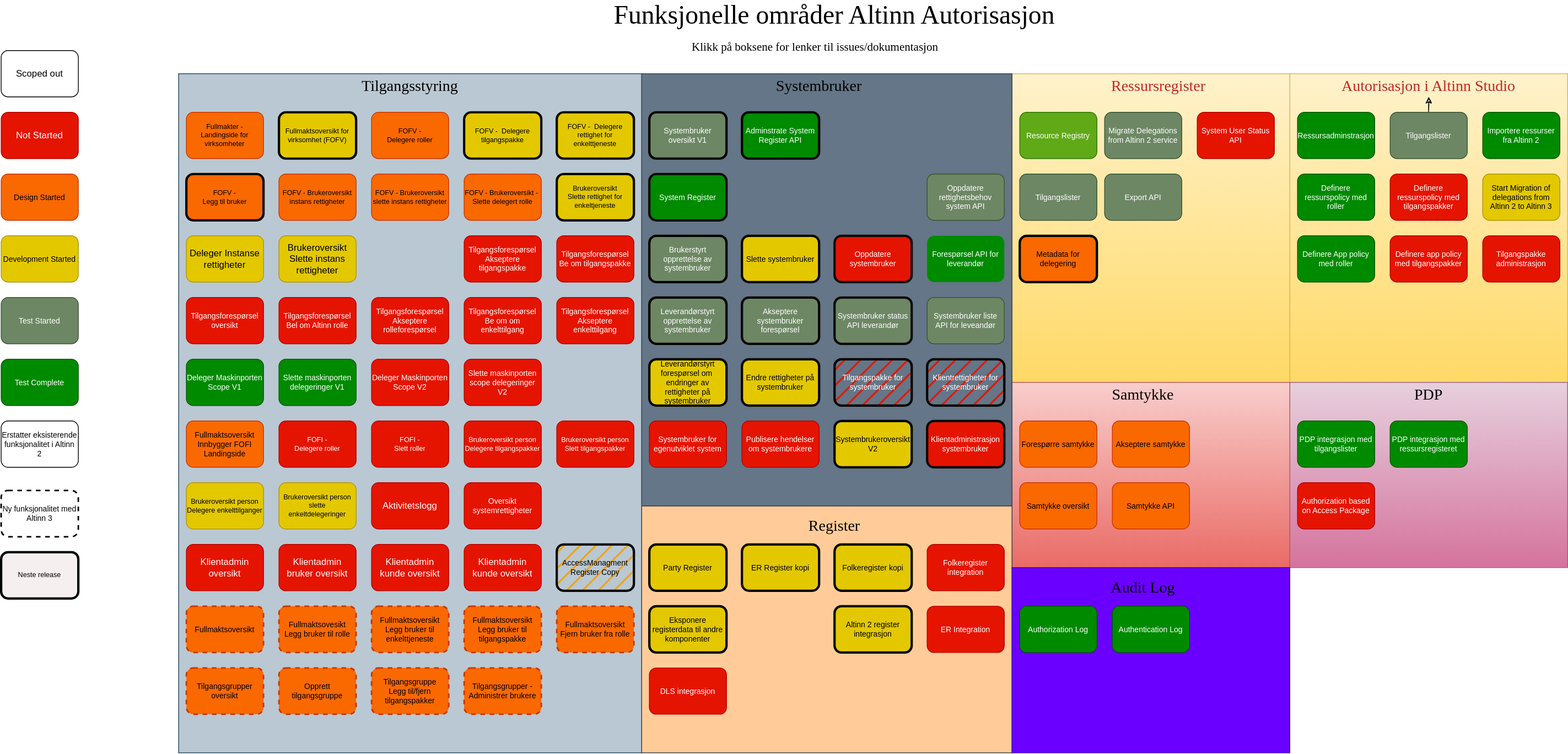
The draw.io diagram content/authorization/what-do-you-get/functionalareas.drawio.svg in Altinn/altinn-studio-docs, before a commit. Source tidied: cells renumbered, new cells last; positions are measured from the earlier drawing's top-left corner, leaving out a move shared by most shapes.
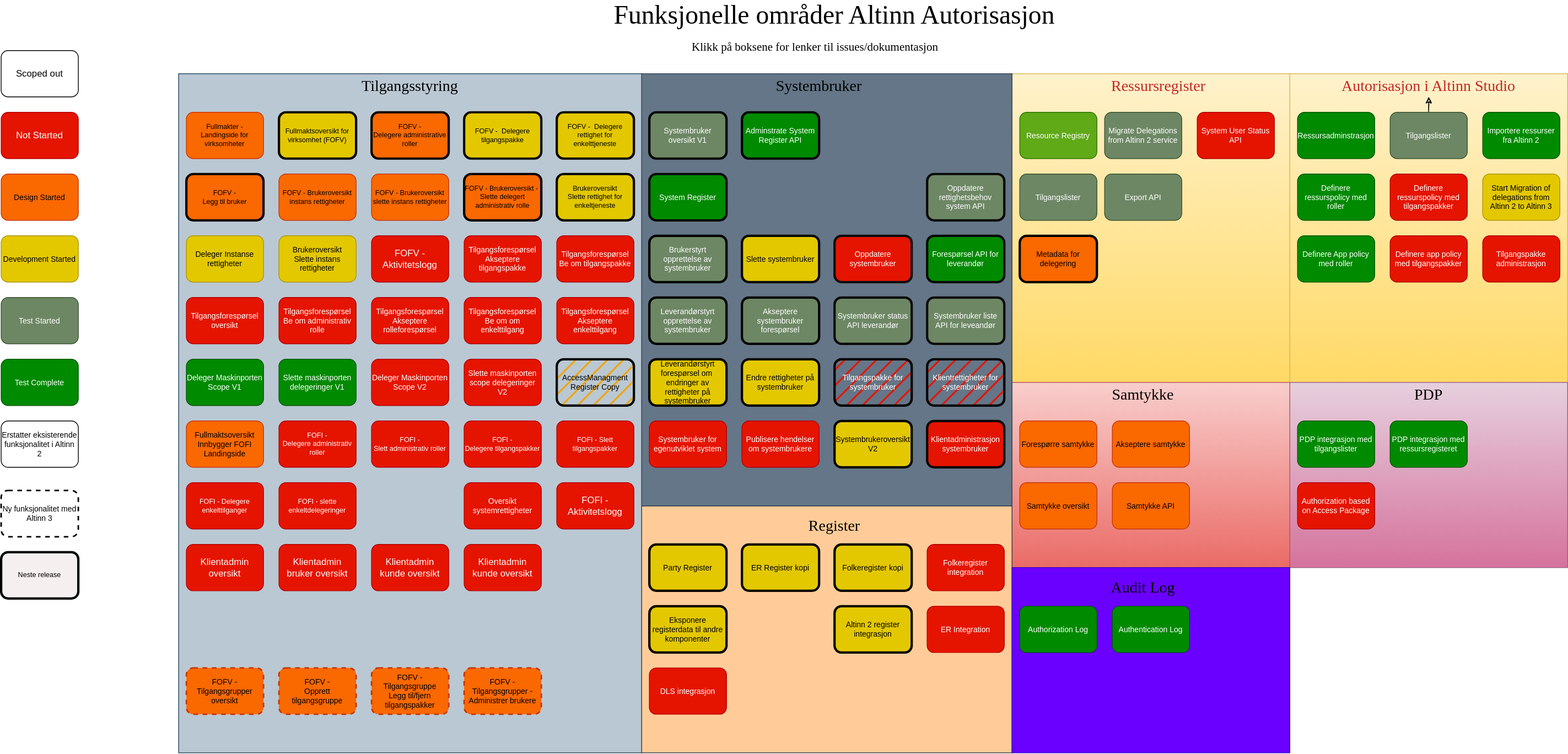
Above is the later version.

The edit, as a diff of the source:
```diff
@@ -26,37 +26,28 @@
     <mxCell id="9" value="Fullmaktsoversikt for virksomhet (FOFV)" style="rounded=1;whiteSpace=wrap;html=1;fontSize=9;fillColor=#e3c800;fontColor=#000000;strokeColor=#000000;strokeWidth=3;" parent="1" vertex="1">
       <mxGeometry x="360" y="140" width="100" height="60" as="geometry" />
     </mxCell>
-    <mxCell id="10" value="Fullmaktsoversikt&lt;br&gt;Legg bruker til tilgangspakke" style="rounded=1;whiteSpace=wrap;html=1;fontSize=10;fillColor=#fa6800;fontColor=#000000;strokeColor=#C73500;dashed=1;strokeWidth=2;" parent="1" vertex="1">
-      <mxGeometry x="600" y="780" width="100" height="60" as="geometry" />
-    </mxCell>
     <mxCell id="11" value="FOFV -&amp;nbsp;&lt;br style=&quot;font-size: 9px;&quot;&gt;Legg til bruker" style="rounded=1;whiteSpace=wrap;html=1;fontSize=9;fillColor=#fa6800;fontColor=#000000;strokeColor=#050505;strokeWidth=3;" parent="1" vertex="1">
       <mxGeometry x="240" y="220" width="100" height="60" as="geometry" />
     </mxCell>
-    <mxCell id="12" value="Fullmaktsovesikt&amp;nbsp;&lt;br&gt;Legg bruker til rolle" style="rounded=1;whiteSpace=wrap;html=1;fontSize=10;fillColor=#fa6800;fontColor=#000000;strokeColor=#C73500;strokeWidth=2;dashed=1;" parent="1" vertex="1">
-      <mxGeometry x="360" y="780" width="100" height="60" as="geometry" />
-    </mxCell>
     <mxCell id="13" value="Brukeroversikt&lt;br style=&quot;font-size: 9px;&quot;&gt;Slette rettighet for enkeltjeneste" style="rounded=1;whiteSpace=wrap;html=1;fillColor=#e3c800;fontColor=#000000;strokeColor=#000000;fontSize=9;strokeWidth=3;" parent="1" vertex="1">
       <mxGeometry x="720" y="220" width="100" height="60" as="geometry" />
     </mxCell>
-    <mxCell id="14" value="Fullmaktsoversikt&lt;br&gt;Fjern bruker fra rolle" style="rounded=1;whiteSpace=wrap;html=1;fontSize=10;fillColor=#fa6800;fontColor=#000000;strokeColor=#C73500;dashed=1;strokeWidth=2;" parent="1" vertex="1">
-      <mxGeometry x="720" y="780" width="100" height="60" as="geometry" />
-    </mxCell>
     <mxCell id="15" value="Tilgangsforespørsel&lt;br&gt;Be om tilgangspakke" style="rounded=1;whiteSpace=wrap;html=1;fontSize=10;fillColor=#e51400;fontColor=#ffffff;strokeColor=#B20000;" parent="1" vertex="1">
       <mxGeometry x="720" y="300" width="100" height="60" as="geometry" />
     </mxCell>
     <mxCell id="16" value="Tilgangsforespørsel&lt;br&gt;Akseptere tilgangspakke" style="rounded=1;whiteSpace=wrap;html=1;fontSize=10;fillColor=#e51400;fontColor=#ffffff;strokeColor=#B20000;" parent="1" vertex="1">
       <mxGeometry x="600" y="300" width="100" height="60" as="geometry" />
     </mxCell>
-    <mxCell id="17" value="Tilgangsforespørsel&amp;nbsp;&lt;br&gt;Bel om Altinn rolle" style="rounded=1;whiteSpace=wrap;html=1;fontSize=10;fillColor=#e51400;fontColor=#ffffff;strokeColor=#B20000;" parent="1" vertex="1">
+    <mxCell id="17" value="Tilgangsforespørsel&amp;nbsp;&lt;br&gt;Be om administrativ rolle" style="rounded=1;whiteSpace=wrap;html=1;fontSize=10;fillColor=#e51400;fontColor=#ffffff;strokeColor=#B20000;" parent="1" vertex="1">
       <mxGeometry x="360" y="380" width="100" height="60" as="geometry" />
     </mxCell>
     <mxCell id="18" value="Tilgangsforespørsel&lt;br&gt;Akseptere rolleforespørsel" style="rounded=1;whiteSpace=wrap;html=1;fontSize=10;fillColor=#e51400;fontColor=#ffffff;strokeColor=#B20000;" parent="1" vertex="1">
       <mxGeometry x="480" y="380" width="100" height="60" as="geometry" />
     </mxCell>
-    <mxCell id="19" value="Deleger Instanse rettigheter" style="rounded=1;whiteSpace=wrap;html=1;fillColor=#e3c800;fontColor=#000000;strokeColor=#B09500;" parent="1" vertex="1">
+    <mxCell id="19" value="Deleger Instanse rettigheter" style="rounded=1;whiteSpace=wrap;html=1;fillColor=#e3c800;fontColor=#000000;strokeColor=#B09500;fontSize=10;" parent="1" vertex="1">
       <mxGeometry x="240" y="300" width="100" height="60" as="geometry" />
     </mxCell>
-    <mxCell id="20" value="Brukeroversikt&lt;br&gt;Slette instans rettigheter" style="rounded=1;whiteSpace=wrap;html=1;fillColor=#e3c800;fontColor=#000000;strokeColor=#B09500;" parent="1" vertex="1">
+    <mxCell id="20" value="Brukeroversikt&lt;br style=&quot;font-size: 10px;&quot;&gt;Slette instans rettigheter" style="rounded=1;whiteSpace=wrap;html=1;fillColor=#e3c800;fontColor=#000000;strokeColor=#B09500;fontSize=10;" parent="1" vertex="1">
       <mxGeometry x="360" y="300" width="100" height="60" as="geometry" />
     </mxCell>
     <mxCell id="21" value="FOFV - Brukeroversikt instans rettigheter" style="rounded=1;whiteSpace=wrap;html=1;fontSize=9;fillColor=#fa6800;fontColor=#000000;strokeColor=#C73500;" parent="1" vertex="1">
@@ -132,7 +123,7 @@
       <mxGeometry x="1440" y="620" width="100" height="60" as="geometry" />
     </mxCell>
     <mxCell id="45" value="AccessManagment Register Copy" style="rounded=1;whiteSpace=wrap;html=1;fontSize=10;fillColor=#f0a30a;fontColor=#000000;strokeColor=#050505;strokeWidth=3;fillStyle=hatch;" parent="1" vertex="1">
-      <mxGeometry x="720" y="700" width="100" height="60" as="geometry" />
+      <mxGeometry x="720" y="460" width="100" height="60" as="geometry" />
     </mxCell>
     <mxCell id="46" value="Altinn 2 register integrasjon" style="rounded=1;whiteSpace=wrap;html=1;fontSize=10;fillColor=#e3c800;fontColor=#000000;strokeColor=#050505;strokeWidth=3;" parent="1" vertex="1">
       <mxGeometry x="1080" y="780" width="100" height="60" as="geometry" />
@@ -176,9 +167,6 @@
     <mxCell id="59" value="Deleger Maskinporten Scope V1" style="rounded=1;whiteSpace=wrap;html=1;fontSize=10;fillColor=#008a00;fontColor=#ffffff;strokeColor=#005700;" parent="1" vertex="1">
       <mxGeometry x="240" y="460" width="100" height="60" as="geometry" />
     </mxCell>
-    <mxCell id="60" value="Fullmaktsoversikt&lt;br&gt;Legg bruker til enkelttjeneste" style="rounded=1;whiteSpace=wrap;html=1;fontSize=10;fillColor=#fa6800;fontColor=#000000;strokeColor=#C73500;dashed=1;strokeWidth=2;" parent="1" vertex="1">
-      <mxGeometry x="480" y="780" width="100" height="60" as="geometry" />
-    </mxCell>
     <mxCell id="61" value="Slette maskinporten delegeringer V1" style="rounded=1;whiteSpace=wrap;html=1;fontSize=10;fillColor=#008a00;fontColor=#ffffff;strokeColor=#005700;" parent="1" vertex="1">
       <mxGeometry x="360" y="460" width="100" height="60" as="geometry" />
     </mxCell>
@@ -188,13 +176,13 @@
     <mxCell id="63" value="Fullmaktsoversikt Innbygger FOFI&lt;br&gt;Landingside" style="rounded=1;whiteSpace=wrap;html=1;fontSize=10;fillColor=#fa6800;fontColor=#000000;strokeColor=#C73500;" parent="1" vertex="1">
       <mxGeometry x="240" y="540" width="100" height="60" as="geometry" />
     </mxCell>
-    <mxCell id="64" value="Tilgangsgrupper oversikt" style="rounded=1;whiteSpace=wrap;html=1;fillColor=#fa6800;fontColor=#000000;strokeColor=#C73500;dashed=1;strokeWidth=2;fontSize=10;" parent="1" vertex="1">
+    <mxCell id="64" value="FOFV - Tilgangsgrupper oversikt" style="rounded=1;whiteSpace=wrap;html=1;fillColor=#fa6800;fontColor=#000000;strokeColor=#C73500;dashed=1;strokeWidth=2;fontSize=10;" parent="1" vertex="1">
       <mxGeometry x="240" y="860" width="100" height="60" as="geometry" />
     </mxCell>
-    <mxCell id="65" value="Opprett tilgangsgruppe" style="rounded=1;whiteSpace=wrap;html=1;fillColor=#fa6800;fontColor=#000000;strokeColor=#C73500;dashed=1;strokeWidth=2;fontSize=10;" parent="1" vertex="1">
+    <mxCell id="65" value="FOFV - &lt;br&gt;Opprett tilgangsgruppe" style="rounded=1;whiteSpace=wrap;html=1;fillColor=#fa6800;fontColor=#000000;strokeColor=#C73500;dashed=1;strokeWidth=2;fontSize=10;" parent="1" vertex="1">
       <mxGeometry x="360" y="860" width="100" height="60" as="geometry" />
     </mxCell>
-    <mxCell id="66" value="Tilgangsgruppe&lt;br style=&quot;font-size: 10px;&quot;&gt;Legg til/fjern tilgangspakker" style="rounded=1;whiteSpace=wrap;html=1;fillColor=#fa6800;fontColor=#000000;strokeColor=#C73500;dashed=1;strokeWidth=2;fontSize=10;" parent="1" vertex="1">
+    <mxCell id="66" value="FOFV - Tilgangsgruppe&lt;br style=&quot;font-size: 10px;&quot;&gt;Legg til/fjern tilgangspakker" style="rounded=1;whiteSpace=wrap;html=1;fillColor=#fa6800;fontColor=#000000;strokeColor=#C73500;dashed=1;strokeWidth=2;fontSize=10;" parent="1" vertex="1">
       <mxGeometry x="480" y="860" width="100" height="60" as="geometry" />
     </mxCell>
     <mxCell id="67" value="Klientadmin oversikt" style="rounded=1;whiteSpace=wrap;html=1;fillColor=#e51400;fontColor=#ffffff;strokeColor=#B20000;" parent="1" vertex="1">
@@ -203,8 +191,8 @@
     <mxCell id="68" value="Klientadmin bruker oversikt" style="rounded=1;whiteSpace=wrap;html=1;fillColor=#e51400;fontColor=#ffffff;strokeColor=#B20000;" parent="1" vertex="1">
       <mxGeometry x="360" y="700" width="100" height="60" as="geometry" />
     </mxCell>
-    <mxCell id="69" value="Aktivitetslogg" style="rounded=1;whiteSpace=wrap;html=1;fillColor=#e51400;fontColor=#ffffff;strokeColor=#B20000;" parent="1" vertex="1">
-      <mxGeometry x="480" y="620" width="100" height="60" as="geometry" />
+    <mxCell id="69" value="FOFV - Aktivitetslogg" style="rounded=1;whiteSpace=wrap;html=1;fillColor=#e51400;fontColor=#ffffff;strokeColor=#B20000;" parent="1" vertex="1">
+      <mxGeometry x="480" y="300" width="100" height="60" as="geometry" />
     </mxCell>
     <mxCell id="70" value="Systembruker status API leverandør" style="rounded=1;whiteSpace=wrap;html=1;fontSize=10;fillColor=#6d8764;fontColor=#ffffff;strokeColor=#0a0a0a;strokeWidth=3;" parent="1" vertex="1">
       <mxGeometry x="1080" y="380" width="100" height="60" as="geometry" />
@@ -260,7 +248,7 @@
     <mxCell id="87" value="Start Migration of delegations from Altinn 2 to Altinn 3" style="rounded=1;whiteSpace=wrap;html=1;fontSize=10;fillColor=#e3c800;fontColor=#000000;strokeColor=#B09500;" parent="1" vertex="1">
       <mxGeometry x="1920" y="220" width="100" height="60" as="geometry" />
     </mxCell>
-    <mxCell id="88" value="Tilgangsgrupper - Administrer brukere" style="rounded=1;whiteSpace=wrap;html=1;fontSize=10;fillColor=#fa6800;fontColor=#000000;strokeColor=#C73500;strokeWidth=2;dashed=1;" parent="1" vertex="1">
+    <mxCell id="88" value="FOFV - Tilgangsgrupper - Administrer brukere" style="rounded=1;whiteSpace=wrap;html=1;fontSize=10;fillColor=#fa6800;fontColor=#000000;strokeColor=#C73500;strokeWidth=2;dashed=1;" parent="1" vertex="1">
       <mxGeometry x="600" y="860" width="100" height="60" as="geometry" />
     </mxCell>
     <mxCell id="89" value="Definere app policy med tilgangspakker" style="rounded=1;whiteSpace=wrap;html=1;fontSize=10;fillColor=#e51400;fontColor=#ffffff;strokeColor=#B20000;" parent="1" vertex="1">
@@ -278,13 +266,13 @@
     <mxCell id="93" value="Slette maskinporten scope delegeringer V2" style="rounded=1;whiteSpace=wrap;html=1;fontSize=10;fillColor=#e51400;fontColor=#ffffff;strokeColor=#B20000;" parent="1" vertex="1">
       <mxGeometry x="600" y="460" width="100" height="60" as="geometry" />
     </mxCell>
-    <mxCell id="94" value="Systembruker liste API for leveandør" style="rounded=1;whiteSpace=wrap;html=1;fontSize=10;fillColor=#6d8764;fontColor=#ffffff;strokeColor=#3A5431;" parent="1" vertex="1">
+    <mxCell id="94" value="Systembruker liste API for leveandør" style="rounded=1;whiteSpace=wrap;html=1;fontSize=10;fillColor=#6d8764;fontColor=#ffffff;strokeColor=#0d0d0d;strokeWidth=3;" parent="1" vertex="1">
       <mxGeometry x="1200" y="380" width="100" height="60" as="geometry" />
     </mxCell>
-    <mxCell id="95" value="Forespørsel API for leverandør" style="rounded=1;whiteSpace=wrap;html=1;fontSize=10;fillColor=#008a00;fontColor=#ffffff;strokeColor=none;" parent="1" vertex="1">
+    <mxCell id="95" value="Forespørsel API for leverandør" style="rounded=1;whiteSpace=wrap;html=1;fontSize=10;fillColor=#008a00;fontColor=#ffffff;strokeColor=#080808;strokeWidth=3;" parent="1" vertex="1">
       <mxGeometry x="1200" y="300" width="100" height="60" as="geometry" />
     </mxCell>
-    <mxCell id="96" value="Oppdatere rettighetsbehov system API" style="rounded=1;whiteSpace=wrap;html=1;fontSize=10;fillColor=#6d8764;fontColor=#ffffff;strokeColor=#3A5431;" parent="1" vertex="1">
+    <mxCell id="96" value="Oppdatere rettighetsbehov system API" style="rounded=1;whiteSpace=wrap;html=1;fontSize=10;fillColor=#6d8764;fontColor=#ffffff;strokeColor=#080808;strokeWidth=3;" parent="1" vertex="1">
       <mxGeometry x="1200" y="220" width="100" height="60" as="geometry" />
     </mxCell>
     <mxCell id="97" value="Leverandørstyrt forespørsel om&amp;nbsp; endringer av rettigheter på systembruker" style="rounded=1;whiteSpace=wrap;html=1;fontSize=10;fillColor=#e3c800;fontColor=#000000;strokeColor=#000000;strokeWidth=3;" parent="1" vertex="1">
@@ -308,7 +296,7 @@
     <mxCell id="103" value="Export API" style="rounded=1;whiteSpace=wrap;html=1;fontSize=10;fillColor=#6d8764;fontColor=#ffffff;strokeColor=#3A5431;" parent="1" vertex="1">
       <mxGeometry x="1430" y="220" width="100" height="60" as="geometry" />
     </mxCell>
-    <mxCell id="104" value="FOFV - &lt;br&gt;Delegere roller" style="rounded=1;whiteSpace=wrap;html=1;fontSize=9;fillColor=#fa6800;fontColor=#000000;strokeColor=#C73500;" parent="1" vertex="1">
+    <mxCell id="104" value="FOFV - &lt;br&gt;Delegere administrative roller" style="rounded=1;whiteSpace=wrap;html=1;fontSize=9;fillColor=#fa6800;fontColor=#000000;strokeColor=#000000;strokeWidth=3;" parent="1" vertex="1">
       <mxGeometry x="480" y="140" width="100" height="60" as="geometry" />
     </mxCell>
     <mxCell id="105" value="FOFV -&amp;nbsp; Delegere tilgangspakke" style="rounded=1;whiteSpace=wrap;html=1;fontSize=9;fillColor=#e3c800;fontColor=#000000;strokeColor=#0a0a0a;strokeWidth=3;" parent="1" vertex="1">
@@ -317,9 +305,6 @@
     <mxCell id="106" value="FOFV -&amp;nbsp; Delegere rettighet for enkelttjeneste" style="rounded=1;whiteSpace=wrap;html=1;fontSize=9;fillColor=#e3c800;fontColor=#000000;strokeColor=#000000;strokeWidth=3;" parent="1" vertex="1">
       <mxGeometry x="720" y="140" width="100" height="60" as="geometry" />
     </mxCell>
-    <mxCell id="107" value="Fullmaktsoversikt" style="rounded=1;whiteSpace=wrap;html=1;fontSize=10;fillColor=#fa6800;fontColor=#000000;strokeColor=#C73500;dashed=1;strokeWidth=2;" parent="1" vertex="1">
-      <mxGeometry x="240" y="780" width="100" height="60" as="geometry" />
-    </mxCell>
     <mxCell id="108" value="Tilgangsforespørsel&lt;br&gt;oversikt" style="rounded=1;whiteSpace=wrap;html=1;fontSize=10;fillColor=#e51400;fontColor=#ffffff;strokeColor=#B20000;" parent="1" vertex="1">
       <mxGeometry x="240" y="380" width="100" height="60" as="geometry" />
     </mxCell>
@@ -332,7 +317,7 @@
     <mxCell id="111" value="FOFV - Brukeroversikt slette instans rettigheter" style="rounded=1;whiteSpace=wrap;html=1;fontSize=9;fillColor=#fa6800;fontColor=#000000;strokeColor=#C73500;" parent="1" vertex="1">
       <mxGeometry x="480" y="220" width="100" height="60" as="geometry" />
     </mxCell>
-    <mxCell id="112" value="FOFV - Brukeroversikt -&amp;nbsp; Slette delegert rolle" style="rounded=1;whiteSpace=wrap;html=1;fontSize=9;fillColor=#fa6800;fontColor=#000000;strokeColor=#C73500;" parent="1" vertex="1">
+    <mxCell id="112" value="FOFV - Brukeroversikt -&amp;nbsp; Slette delegert administrativ rolle" style="rounded=1;whiteSpace=wrap;html=1;fontSize=9;fillColor=#fa6800;fontColor=#000000;strokeColor=#000000;strokeWidth=3;" parent="1" vertex="1">
       <mxGeometry x="600" y="220" width="100" height="60" as="geometry" />
     </mxCell>
     <mxCell id="113" value="Ny funksjonalitet med Altinn 3" style="rounded=1;whiteSpace=wrap;html=1;fontSize=10;fillColor=none;dashed=1;strokeWidth=2;" parent="1" vertex="1">
@@ -341,10 +326,10 @@
     <mxCell id="114" value="Erstatter eksisterende funksjonalitet i Altinn 2" style="rounded=1;whiteSpace=wrap;html=1;fontSize=10;fillColor=none;" parent="1" vertex="1">
       <mxGeometry y="540" width="100" height="60" as="geometry" />
     </mxCell>
-    <mxCell id="115" value="FOFI -&amp;nbsp;&lt;br style=&quot;font-size: 9px;&quot;&gt;Delegere roller" style="rounded=1;whiteSpace=wrap;html=1;fontSize=9;fillColor=#e51400;fontColor=#ffffff;strokeColor=#B20000;" parent="1" vertex="1">
+    <mxCell id="115" value="FOFI -&amp;nbsp;&lt;br style=&quot;font-size: 9px;&quot;&gt;Delegere administrativ roller" style="rounded=1;whiteSpace=wrap;html=1;fontSize=9;fillColor=#e51400;fontColor=#ffffff;strokeColor=#B20000;" parent="1" vertex="1">
       <mxGeometry x="360" y="540" width="100" height="60" as="geometry" />
     </mxCell>
-    <mxCell id="116" value="FOFI -&lt;br style=&quot;font-size: 9px;&quot;&gt;Slett roller" style="rounded=1;whiteSpace=wrap;html=1;fontSize=9;fillColor=#e51400;fontColor=#ffffff;strokeColor=#B20000;" parent="1" vertex="1">
+    <mxCell id="116" value="FOFI -&lt;br style=&quot;font-size: 9px;&quot;&gt;Slett administrativ roller" style="rounded=1;whiteSpace=wrap;html=1;fontSize=9;fillColor=#e51400;fontColor=#ffffff;strokeColor=#B20000;" parent="1" vertex="1">
       <mxGeometry x="480" y="540" width="100" height="60" as="geometry" />
     </mxCell>
     <mxCell id="117" value="DLS integrasjon" style="rounded=1;whiteSpace=wrap;html=1;fontSize=10;fillColor=#e51400;fontColor=#ffffff;strokeColor=#B20000;" parent="1" vertex="1">
@@ -356,16 +341,16 @@
     <mxCell id="119" value="Klientadmin kunde oversikt" style="rounded=1;whiteSpace=wrap;html=1;fillColor=#e51400;fontColor=#ffffff;strokeColor=#B20000;" parent="1" vertex="1">
       <mxGeometry x="600" y="700" width="100" height="60" as="geometry" />
     </mxCell>
-    <mxCell id="120" value="Brukeroversikt person&lt;br style=&quot;font-size: 9px;&quot;&gt;Delegere tilgangspakker" style="rounded=1;whiteSpace=wrap;html=1;fontSize=9;fillColor=#e51400;fontColor=#ffffff;strokeColor=#B20000;" parent="1" vertex="1">
+    <mxCell id="120" value="FOFI -&lt;br style=&quot;font-size: 9px;&quot;&gt;Delegere tilgangspakker" style="rounded=1;whiteSpace=wrap;html=1;fontSize=9;fillColor=#e51400;fontColor=#ffffff;strokeColor=#B20000;" parent="1" vertex="1">
       <mxGeometry x="600" y="540" width="100" height="60" as="geometry" />
     </mxCell>
-    <mxCell id="121" value="Brukeroversikt person&lt;br style=&quot;font-size: 9px;&quot;&gt;Slett tilgangspakker" style="rounded=1;whiteSpace=wrap;html=1;fontSize=9;fillColor=#e51400;fontColor=#ffffff;strokeColor=#B20000;" parent="1" vertex="1">
+    <mxCell id="121" value="FOFI - Slett tilgangspakker" style="rounded=1;whiteSpace=wrap;html=1;fontSize=9;fillColor=#e51400;fontColor=#ffffff;strokeColor=#B20000;" parent="1" vertex="1">
       <mxGeometry x="720" y="540" width="100" height="60" as="geometry" />
     </mxCell>
-    <mxCell id="122" value="Brukeroversikt person&lt;br style=&quot;font-size: 9px;&quot;&gt;Delegere enkelttilganger" style="rounded=1;whiteSpace=wrap;html=1;fontSize=9;fillColor=#e3c800;fontColor=#000000;strokeColor=#B09500;" parent="1" vertex="1">
+    <mxCell id="122" value="FOFI - Delegere enkelttilganger" style="rounded=1;whiteSpace=wrap;html=1;fontSize=9;fillColor=#e51400;fontColor=#ffffff;strokeColor=#B20000;" parent="1" vertex="1">
       <mxGeometry x="240" y="620" width="100" height="60" as="geometry" />
     </mxCell>
-    <mxCell id="123" value="Brukeroversikt person&lt;br style=&quot;font-size: 9px;&quot;&gt;slette enkeltdelegeringer" style="rounded=1;whiteSpace=wrap;html=1;fontSize=9;fillColor=#e3c800;fontColor=#000000;strokeColor=#B09500;" parent="1" vertex="1">
+    <mxCell id="123" value="FOFI - slette enkeltdelegeringer" style="rounded=1;whiteSpace=wrap;html=1;fontSize=9;fillColor=#e51400;fontColor=#ffffff;strokeColor=#B20000;" parent="1" vertex="1">
       <mxGeometry x="360" y="620" width="100" height="60" as="geometry" />
     </mxCell>
     <mxCell id="124" value="Scoped out" style="rounded=1;whiteSpace=wrap;html=1;" parent="1" vertex="1">
@@ -380,5 +365,8 @@
     <mxCell id="127" value="Metadata for delegering" style="rounded=1;whiteSpace=wrap;html=1;fontSize=10;fillColor=#fa6800;fontColor=#000000;strokeColor=#000000;strokeWidth=3;" parent="1" vertex="1">
       <mxGeometry x="1320" y="300" width="100" height="60" as="geometry" />
     </mxCell>
+    <mxCell id="128" value="FOFI - Aktivitetslogg" style="rounded=1;whiteSpace=wrap;html=1;fillColor=#e51400;fontColor=#ffffff;strokeColor=#B20000;" parent="1" vertex="1">
+      <mxGeometry x="720" y="620" width="100" height="60" as="geometry" />
+    </mxCell>
   </root>
 </mxGraphModel>
```
